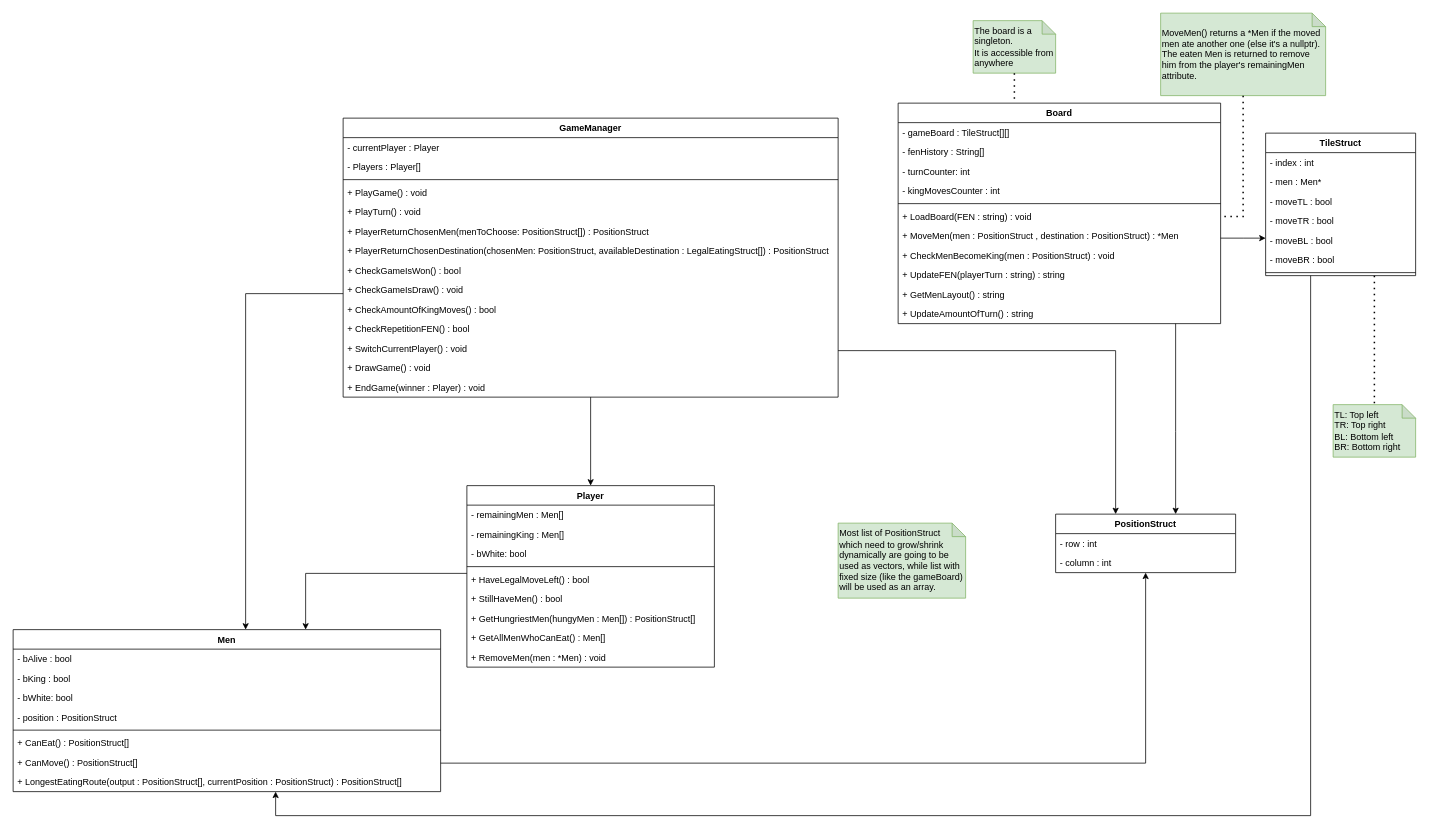
TheKrillenum/Draught keeps this draw.io diagram as page "Draughts Class Diagrams" (1 of 6) of Draughts.drawio. Above is the earlier version. Source tidied: cells renumbered, new cells numbered last; positions are measured from the earlier drawing's top-left corner, leaving out a move shared by most shapes. Both pictures are drawn from the tidied source at 75%, with x=0, y=0 at pixel (13, 13).
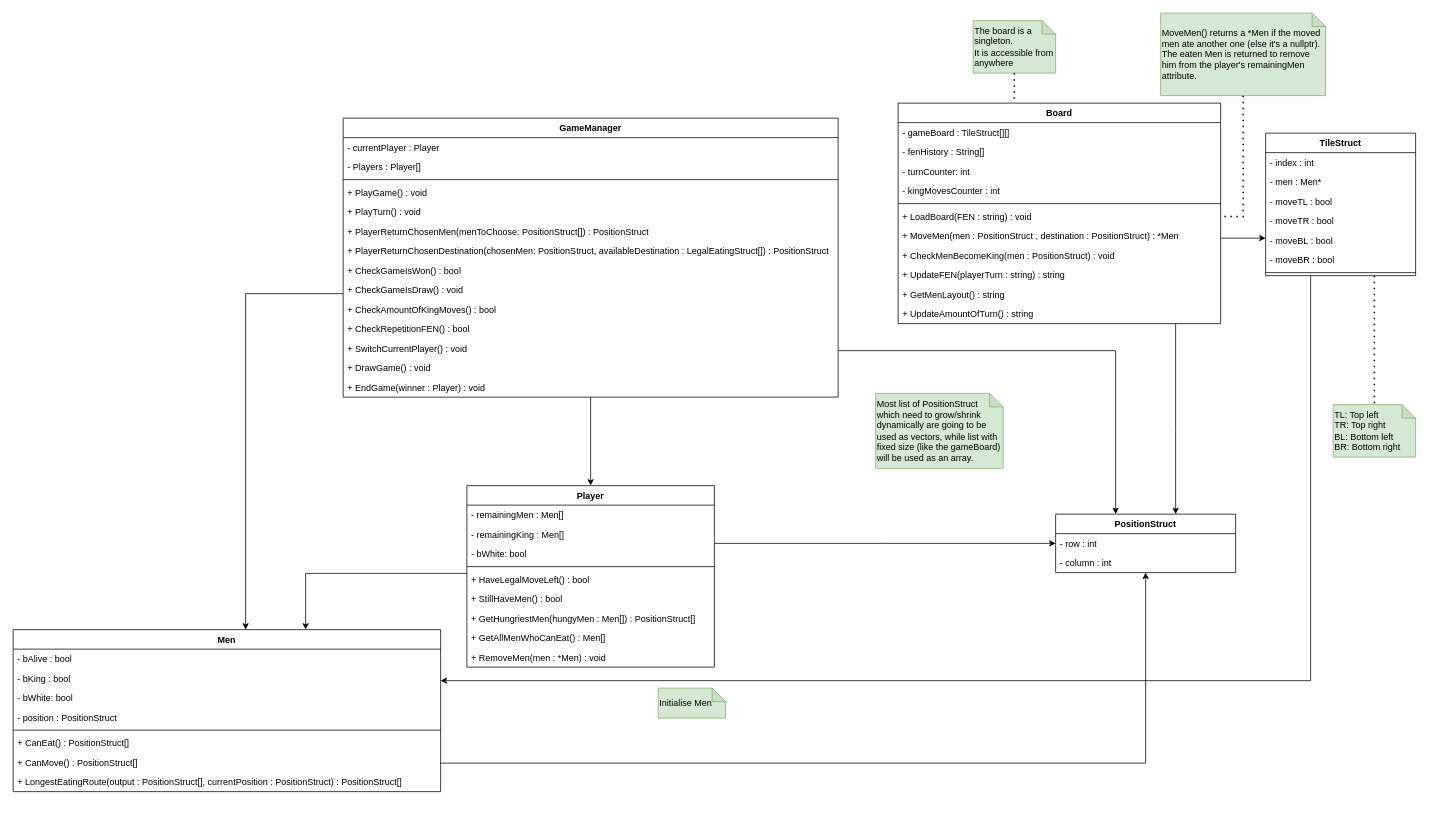
The same diagram, later.

Unchanged cells that the change refers to:
```xml
<mxCell id="29" value="Men" style="swimlane;fontStyle=1;align=center;verticalAlign=top;horizontal=1;startSize=26;" parent="1" vertex="1">
  <mxGeometry y="822" width="570" height="216" as="geometry" />
</mxCell>
<mxCell id="38" value="PositionStruct" style="swimlane;fontStyle=1;align=center;verticalAlign=top;horizontal=1;startSize=26;" parent="1" vertex="1">
  <mxGeometry x="1390" y="668" width="240" height="78" as="geometry" />
</mxCell>
<mxCell id="41" value="Player" style="swimlane;fontStyle=1;align=center;verticalAlign=top;horizontal=1;startSize=26;" parent="1" vertex="1">
  <mxGeometry x="605" y="630" width="330" height="242" as="geometry" />
</mxCell>
<mxCell id="51" value="TileStruct" style="swimlane;fontStyle=1;align=center;verticalAlign=top;horizontal=1;startSize=26;" parent="1" vertex="1">
  <mxGeometry x="1670" y="160" width="200" height="190" as="geometry" />
</mxCell>
```

What changed in the source:
```diff
@@
+    <mxCell id="74" style="edgeStyle=orthogonalEdgeStyle;rounded=0;jettySize=auto;html=1;" parent="1" edge="1" source="41" target="38">
+      <mxGeometry relative="1" as="geometry">
+        <Array as="points">
+          <mxPoint x="1160" y="707" />
+          <mxPoint x="1160" y="707" />
+        </Array>
+      </mxGeometry>
+    </mxCell>
@@
     <mxCell id="69" style="edgeStyle=orthogonalEdgeStyle;jettySize=auto;html=1;rounded=0;fontSize=12;" parent="1" edge="1" source="51" target="29">
       <mxGeometry relative="1" as="geometry">
         <Array as="points">
-          <mxPoint x="1730" y="1070" />
-          <mxPoint x="350" y="1070" />
+          <mxPoint x="1730" y="890" />
         </Array>
       </mxGeometry>
     </mxCell>
@@
     <mxCell id="73" value="Most list of PositionStruct which need to grow/shrink dynamically are going to be used as vectors, while list with fixed size (like the gameBoard) will be used as an array." style="shape=note;whiteSpace=wrap;html=1;backgroundOutline=1;darkOpacity=0.05;align=left;size=18;fillColor=#d5e8d4;strokeColor=#82b366;" parent="1" vertex="1">
-      <mxGeometry x="1100" y="680" width="170" height="100" as="geometry" />
+      <mxGeometry x="1150" y="507" width="170" height="100" as="geometry" />
     </mxCell>
+    <mxCell id="75" value="Initialise Men" style="shape=note;whiteSpace=wrap;html=1;backgroundOutline=1;darkOpacity=0.05;align=left;size=18;fillColor=#d5e8d4;strokeColor=#82b366;" parent="1" vertex="1">
+      <mxGeometry x="860" y="900" width="90" height="40" as="geometry" />
+    </mxCell>
```
